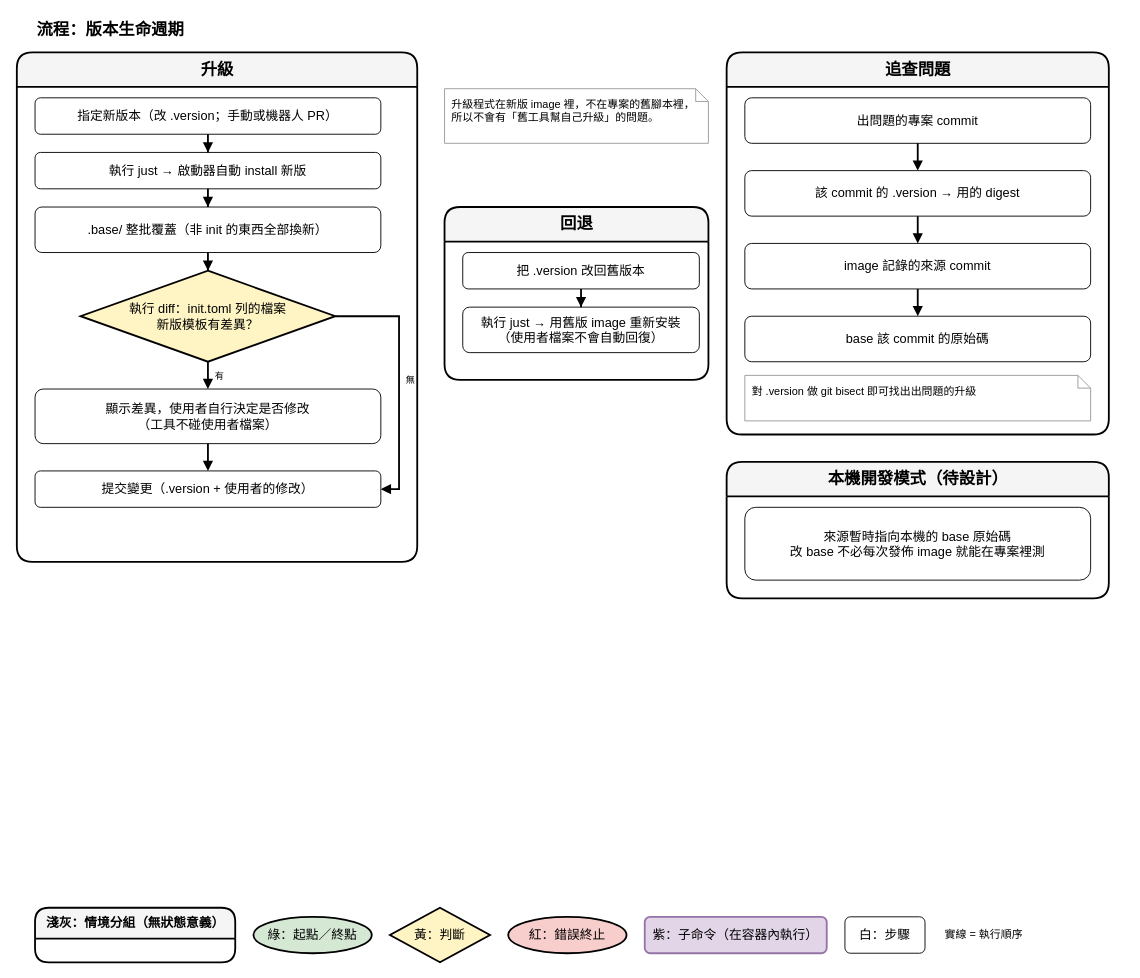
Before: page "4. 流程：版本生命週期" (4 of 7) of dist_distribution.drawio in ycpss91255-research/vendor_kit, a draw.io diagram. Source tidied: cells renumbered, new cells numbered last; positions are measured from the earlier drawing's top-left corner, leaving out a move shared by most shapes. Both pictures are drawn from the tidied source at 91%, with x=0, y=0 at pixel (16, 15).
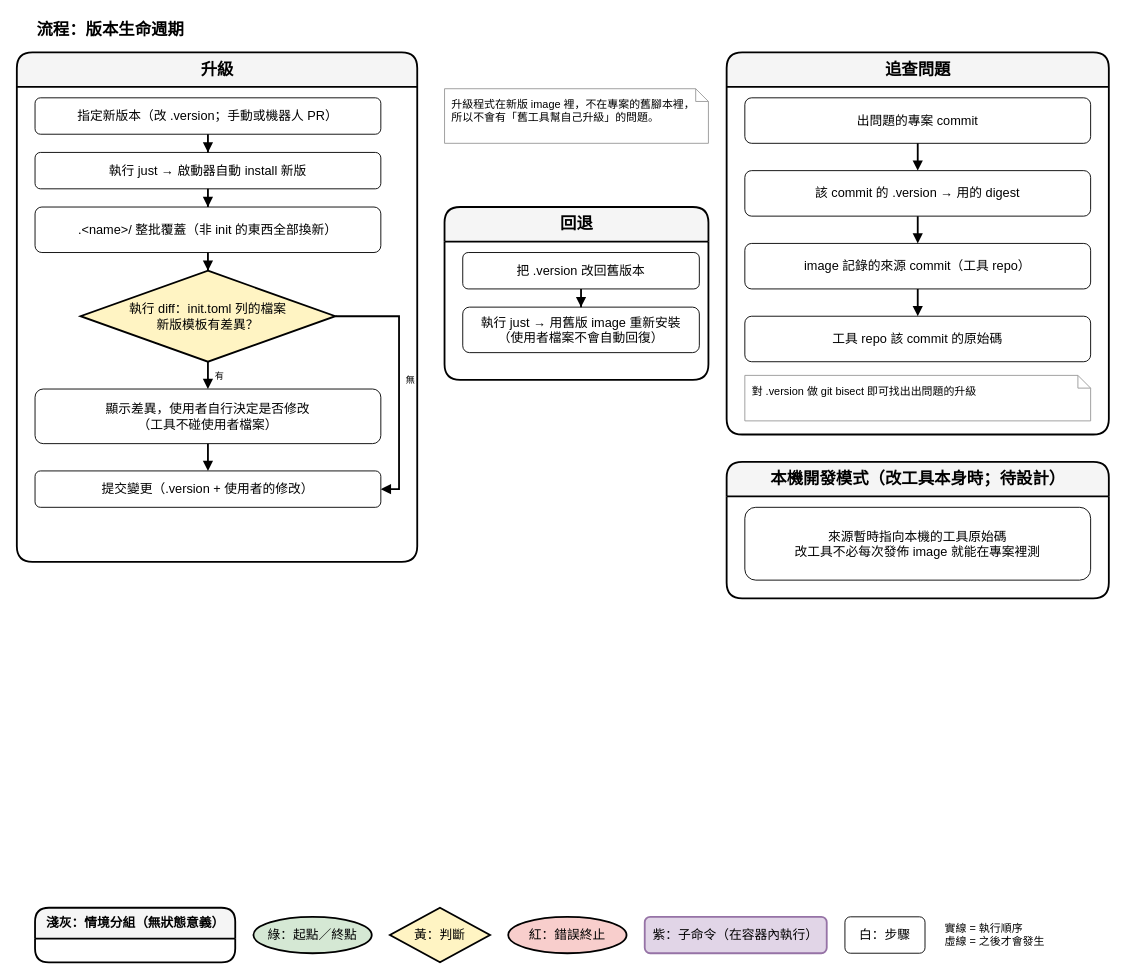
Above is the later version.

Commit message (it also covers changes not shown here):
docs: 去除所有 base 實例，改為通用框架定義

- 頁 2 改為「框架定義」：工具 repo 必須有的四樣、專案 repo 必須有的兩樣、
  多工具共存（.version 一行 = 一個 .<name>/）、GHCR 與使用者電腦
- 全部頁面 .base/ → .<name>/；修正 <name> 被 HTML 吃掉的編碼 bug
- 頁 7 與原型改為通用命名（proto/tool、proto/project、.tool/）
- 子代理四輪審查：排版與可讀性通過
- notes 同步頁次與命名

Unchanged cells that the change refers to:
```xml
<mxCell id="3" value="升級" style="swimlane;html=1;rounded=1;startSize=38;fontStyle=1;fontSize=18;fillColor=#f5f5f5;swimlaneFillColor=#ffffff;strokeColor=#000000;strokeWidth=2;" parent="1" vertex="1">
  <mxGeometry y="40" width="440" height="560" as="geometry" />
</mxCell>
<mxCell id="21" value="追查問題" style="swimlane;html=1;rounded=1;startSize=38;fontStyle=1;fontSize=18;fillColor=#f5f5f5;swimlaneFillColor=#ffffff;strokeColor=#000000;strokeWidth=2;" parent="1" vertex="1">
  <mxGeometry x="780" y="40" width="420" height="420" as="geometry" />
</mxCell>
```

Change to the diagram source:
```diff
@@
-    <mxCell id="6" value=".base/ 整批覆蓋（非 init 的東西全部換新）" style="rounded=1;whiteSpace=wrap;html=1;fillColor=#ffffff;strokeColor=light-dark(#000000,#9577A3);fontSize=14;strokeWidth=1;" parent="3" vertex="1">
+    <mxCell id="6" value=".&amp;lt;name&amp;gt;/ 整批覆蓋（非 init 的東西全部換新）" style="rounded=1;whiteSpace=wrap;html=1;fillColor=#ffffff;strokeColor=light-dark(#000000,#9577A3);fontSize=14;strokeWidth=1;" parent="3" vertex="1">
       <mxGeometry x="20" y="170" width="380" height="50" as="geometry" />
     </mxCell>
@@
-    <mxCell id="24" value="image 記錄的來源 commit" style="rounded=1;whiteSpace=wrap;html=1;fillColor=#ffffff;strokeColor=light-dark(#000000,#9577A3);fontSize=14;strokeWidth=1;" parent="21" vertex="1">
+    <mxCell id="24" value="image 記錄的來源 commit（工具 repo）" style="rounded=1;whiteSpace=wrap;html=1;fillColor=#ffffff;strokeColor=light-dark(#000000,#9577A3);fontSize=14;strokeWidth=1;" parent="21" vertex="1">
       <mxGeometry x="20" y="210" width="380" height="50" as="geometry" />
     </mxCell>
-    <mxCell id="25" value="base 該 commit 的原始碼" style="rounded=1;whiteSpace=wrap;html=1;fillColor=#ffffff;strokeColor=light-dark(#000000,#9577A3);fontSize=14;strokeWidth=1;" parent="21" vertex="1">
+    <mxCell id="25" value="工具 repo 該 commit 的原始碼" style="rounded=1;whiteSpace=wrap;html=1;fillColor=#ffffff;strokeColor=light-dark(#000000,#9577A3);fontSize=14;strokeWidth=1;" parent="21" vertex="1">
       <mxGeometry x="20" y="290" width="380" height="50" as="geometry" />
     </mxCell>
@@
-    <mxCell id="30" value="本機開發模式（待設計）" style="swimlane;html=1;rounded=1;startSize=38;fontStyle=1;fontSize=18;fillColor=#f5f5f5;swimlaneFillColor=#ffffff;strokeColor=#000000;strokeWidth=2;" parent="1" vertex="1">
+    <mxCell id="30" value="本機開發模式（改工具本身時；待設計）" style="swimlane;html=1;rounded=1;startSize=38;fontStyle=1;fontSize=18;fillColor=#f5f5f5;swimlaneFillColor=#ffffff;strokeColor=#000000;strokeWidth=2;" parent="1" vertex="1">
       <mxGeometry x="780" y="490" width="420" height="150" as="geometry" />
     </mxCell>
-    <mxCell id="31" value="來源暫時指向本機的 base 原始碼&lt;br&gt;改 base 不必每次發佈 image 就能在專案裡測" style="rounded=1;whiteSpace=wrap;html=1;fillColor=#ffffff;strokeColor=light-dark(#000000,#9577A3);fontSize=14;strokeWidth=1;" parent="30" vertex="1">
+    <mxCell id="31" value="來源暫時指向本機的工具原始碼&lt;br&gt;改工具不必每次發佈 image 就能在專案裡測" style="rounded=1;whiteSpace=wrap;html=1;fillColor=#ffffff;strokeColor=light-dark(#000000,#9577A3);fontSize=14;strokeWidth=1;" parent="30" vertex="1">
       <mxGeometry x="20" y="50" width="380" height="80" as="geometry" />
     </mxCell>
@@
-    <mxCell id="38" value="實線 = 執行順序" style="text;html=1;whiteSpace=wrap;align=center;verticalAlign=middle;fontSize=12;strokeColor=none;fillColor=none;align=left;" parent="1" vertex="1">
+    <mxCell id="38" value="實線 = 執行順序&lt;br&gt;虛線 = 之後才會發生" style="text;html=1;whiteSpace=wrap;align=center;verticalAlign=middle;fontSize=12;strokeColor=none;fillColor=none;align=left;" parent="1" vertex="1">
       <mxGeometry x="1018" y="980" width="200" height="60" as="geometry" />
     </mxCell>
```
